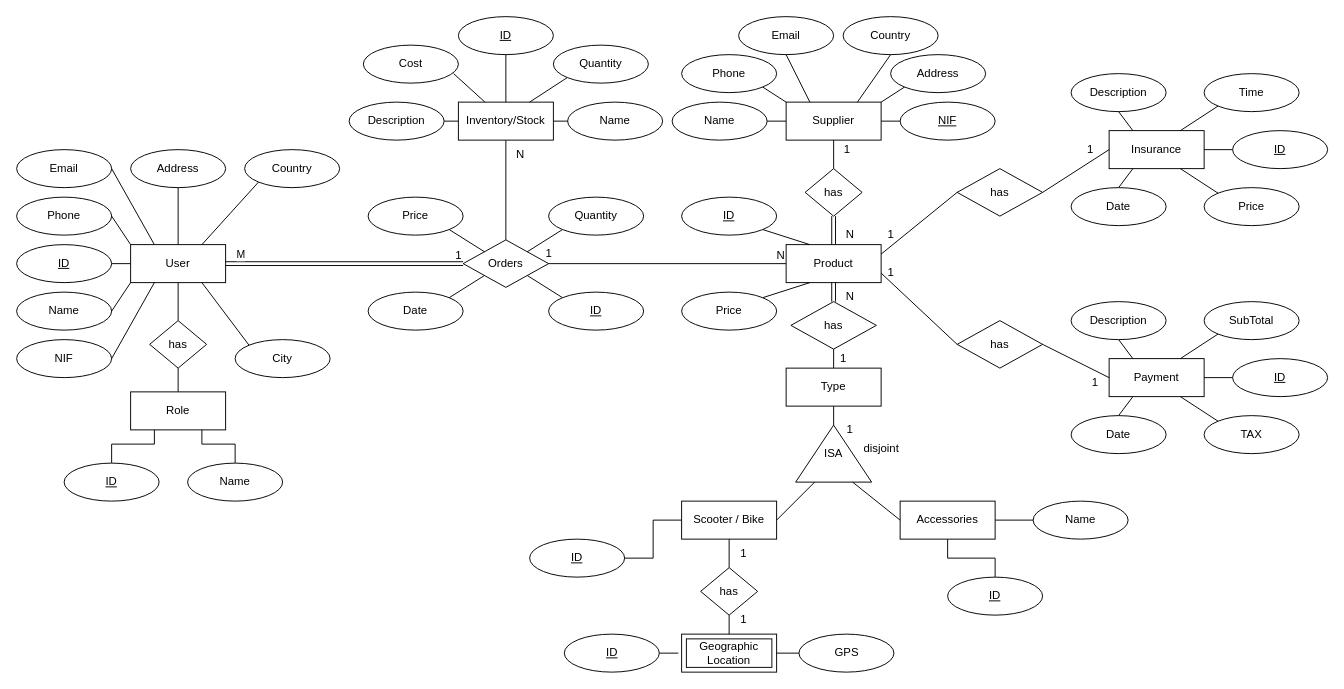
Earlier version of the draw.io diagram RentalService.drawio (joaoafonso02/BD). Source tidied: cells renumbered, new cells numbered last; positions are measured from the earlier drawing's top-left corner, leaving out a move shared by most shapes. Both pictures are drawn from the tidied source at 95%, with x=0, y=0 at pixel (16, 16).
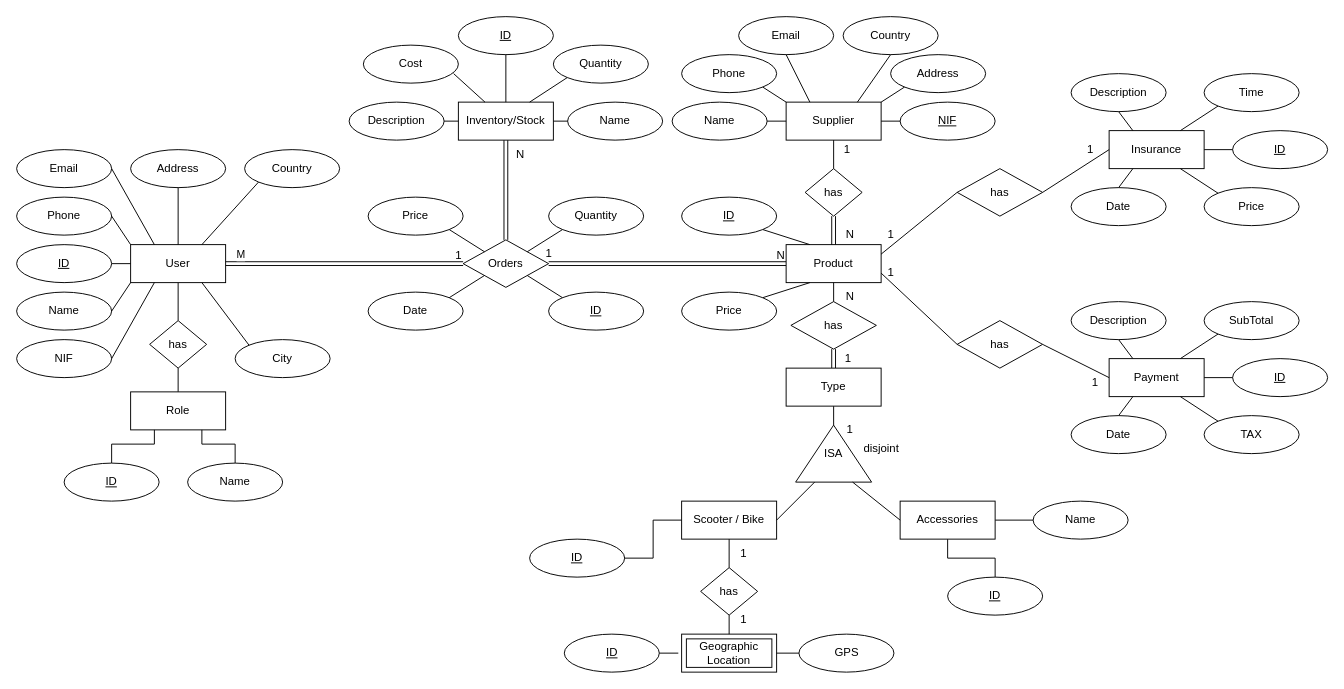
The same diagram, later.

Unchanged cells that the change refers to:
```xml
<mxCell id="24" value="Orders" style="shape=rhombus;perimeter=rhombusPerimeter;whiteSpace=wrap;html=1;align=center;" parent="1" vertex="1">
  <mxGeometry x="470" y="235" width="90" height="50" as="geometry" />
</mxCell>
<mxCell id="35" value="Inventory/Stock" style="whiteSpace=wrap;html=1;align=center;" parent="1" vertex="1">
  <mxGeometry x="465" y="90" width="100" height="40" as="geometry" />
</mxCell>
<mxCell id="46" value="Product" style="whiteSpace=wrap;html=1;align=center;" parent="1" vertex="1">
  <mxGeometry x="810" y="240" width="100" height="40" as="geometry" />
</mxCell>
<mxCell id="112" value="has" style="shape=rhombus;perimeter=rhombusPerimeter;whiteSpace=wrap;html=1;align=center;" parent="1" vertex="1">
  <mxGeometry x="815" y="300" width="90" height="50" as="geometry" />
</mxCell>
<mxCell id="114" value="Type" style="whiteSpace=wrap;html=1;align=center;" parent="1" vertex="1">
  <mxGeometry x="810" y="370" width="100" height="40" as="geometry" />
</mxCell>
```

Change to the diagram source:
```diff
@@
-    <mxCell id="23" style="edgeStyle=orthogonalEdgeStyle;rounded=0;jettySize=auto;html=1;exitX=0.5;exitY=0;exitDx=0;exitDy=0;entryX=0.5;entryY=1;entryDx=0;entryDy=0;endArrow=none;endFill=0;" parent="1" edge="1" source="24" target="35">
+    <mxCell id="23" style="edgeStyle=orthogonalEdgeStyle;rounded=0;jettySize=auto;html=1;exitX=0.5;exitY=0;exitDx=0;exitDy=0;entryX=0.5;entryY=1;entryDx=0;entryDy=0;endArrow=none;endFill=0;shape=link;" parent="1" edge="1" source="24" target="35">
       <mxGeometry relative="1" as="geometry" />
     </mxCell>
@@
-    <mxCell id="29" style="html=1;rounded=0;exitX=1;exitY=0.5;exitDx=0;exitDy=0;endArrow=none;endFill=0;entryX=0;entryY=0.5;entryDx=0;entryDy=0;" parent="1" edge="1" source="24" target="46">
+    <mxCell id="29" style="html=1;rounded=0;exitX=1;exitY=0.5;exitDx=0;exitDy=0;endArrow=none;endFill=0;entryX=0;entryY=0.5;entryDx=0;entryDy=0;shape=link;" parent="1" edge="1" source="24" target="46">
       <mxGeometry relative="1" as="geometry" />
     </mxCell>
@@
-    <mxCell id="111" style="edgeStyle=orthogonalEdgeStyle;rounded=0;jettySize=auto;html=1;exitX=0.5;exitY=1;exitDx=0;exitDy=0;entryX=0.5;entryY=0;entryDx=0;entryDy=0;endArrow=none;endFill=0;" parent="1" edge="1" source="112" target="114">
+    <mxCell id="111" style="edgeStyle=orthogonalEdgeStyle;rounded=0;jettySize=auto;html=1;exitX=0.5;exitY=1;exitDx=0;exitDy=0;entryX=0.5;entryY=0;entryDx=0;entryDy=0;endArrow=none;endFill=0;shape=link;" parent="1" edge="1" source="112" target="114">
       <mxGeometry relative="1" as="geometry" />
     </mxCell>
@@
     <mxCell id="115" value="1" style="text;html=1;align=center;verticalAlign=middle;strokeColor=none;fillColor=none;" parent="1" vertex="1">
-      <mxGeometry x="855" y="345" width="30" height="30" as="geometry" />
+      <mxGeometry x="860" y="345" width="30" height="30" as="geometry" />
     </mxCell>
@@
-    <mxCell id="139" style="shape=link;html=1;rounded=0;exitX=0.5;exitY=0;exitDx=0;exitDy=0;" parent="1" edge="1" source="112">
+    <mxCell id="139" style="html=1;rounded=0;exitX=0.5;exitY=0;exitDx=0;exitDy=0;endArrow=none;endFill=0;" parent="1" edge="1" source="112">
       <mxGeometry relative="1" as="geometry">
         <mxPoint x="860" y="280" as="targetPoint" />
       </mxGeometry>
     </mxCell>
```
